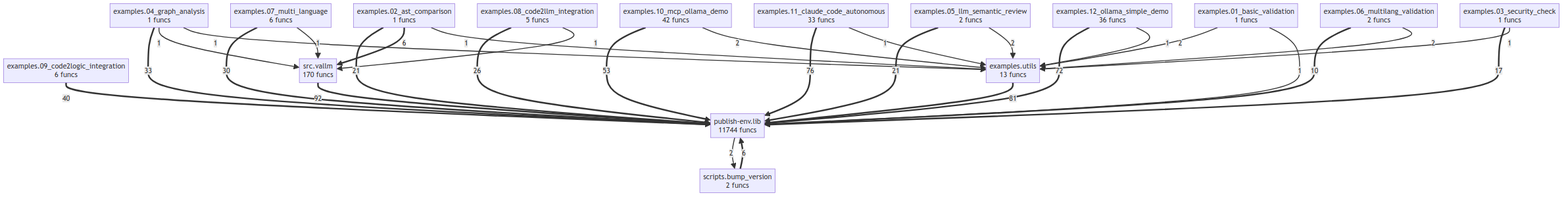
semcod/vallm keeps this Mermaid diagram as project/compact_flow.png. Above is the earlier version. Its source is kept beside it as project/compact_flow.mmd.
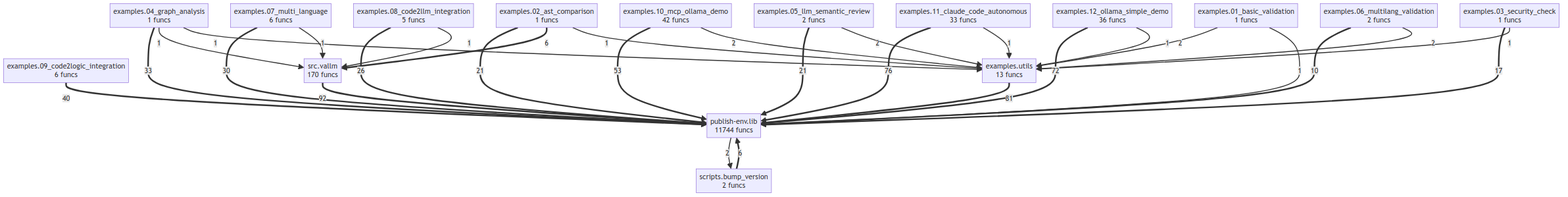
The same file after the commit.

Change to the diagram source:
```diff
@@ -37,10 +37,10 @@
     examples_10_mcp_ollama_demo -->|2| examples_utils
     examples_04_graph_analysis -->|1| src_vallm
     examples_04_graph_analysis -->|1| examples_utils
+    examples_12_ollama_simple_demo -->|1| examples_utils
     examples_11_claude_code_autonomous -->|1| examples_utils
     examples_01_basic_validation -->|1| publish_env_lib
-    examples_12_ollama_simple_demo -->|1| examples_utils
+    examples_03_security_check -->|1| examples_utils
     examples_02_ast_comparison -->|1| examples_utils
-    examples_03_security_check -->|1| examples_utils
     examples_07_multi_language -->|1| src_vallm
     examples_08_code2llm_integration -->|1| src_vallm
```
